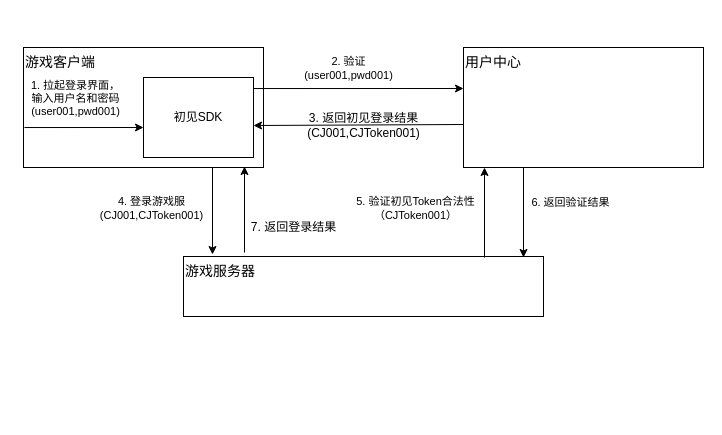
The draw.io diagram 登录流程.drawio in pangqiren/diagram, before the edit. Source tidied: cells renumbered, new cells numbered last; positions are measured from the earlier drawing's top-left corner, leaving out a move shared by most shapes. Both pictures are drawn from the tidied source at 100%, with x=0, y=0 at pixel (23, 47).
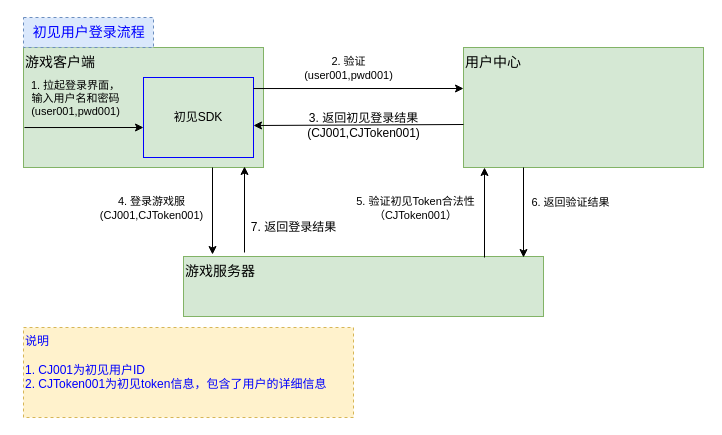
The same diagram, later.

What changed in the source:
```diff
@@
-    <mxCell id="2" value="&lt;font style=&quot;font-size: 14px&quot;&gt;游戏客户端&lt;/font&gt;" style="rounded=0;whiteSpace=wrap;html=1;align=left;verticalAlign=top;" parent="1" vertex="1">
+    <mxCell id="2" value="&lt;font style=&quot;font-size: 14px&quot;&gt;游戏客户端&lt;/font&gt;" style="rounded=0;whiteSpace=wrap;html=1;align=left;verticalAlign=top;fillColor=#d5e8d4;strokeColor=#82b366;" parent="1" vertex="1">
       <mxGeometry width="240" height="120" as="geometry" />
     </mxCell>
-    <mxCell id="3" value="初见SDK" style="rounded=0;whiteSpace=wrap;html=1;align=center;" parent="1" vertex="1">
+    <mxCell id="3" value="初见SDK" style="rounded=0;whiteSpace=wrap;html=1;align=center;fillColor=#d5e8d4;strokeColor=#0000FF;" parent="1" vertex="1">
       <mxGeometry x="120" y="30" width="110" height="80" as="geometry" />
     </mxCell>
-    <mxCell id="4" value="&lt;font style=&quot;font-size: 14px&quot;&gt;用户中心&lt;/font&gt;" style="rounded=0;whiteSpace=wrap;html=1;align=left;verticalAlign=top;" parent="1" vertex="1">
+    <mxCell id="4" value="&lt;font style=&quot;font-size: 14px&quot;&gt;用户中心&lt;/font&gt;" style="rounded=0;whiteSpace=wrap;html=1;align=left;verticalAlign=top;fillColor=#d5e8d4;strokeColor=#82b366;" parent="1" vertex="1">
       <mxGeometry x="440" width="240" height="120" as="geometry" />
     </mxCell>
-    <mxCell id="5" value="&lt;font style=&quot;font-size: 14px&quot;&gt;游戏服务器&lt;/font&gt;" style="rounded=0;whiteSpace=wrap;html=1;align=left;verticalAlign=top;" parent="1" vertex="1">
+    <mxCell id="5" value="&lt;font style=&quot;font-size: 14px&quot;&gt;游戏服务器&lt;/font&gt;" style="rounded=0;whiteSpace=wrap;html=1;align=left;verticalAlign=top;fillColor=#d5e8d4;strokeColor=#82b366;" parent="1" vertex="1">
       <mxGeometry x="160" y="209" width="360" height="60" as="geometry" />
     </mxCell>
@@
+    <mxCell id="20" value="&lt;font color=&quot;#0000ff&quot; style=&quot;font-size: 14px&quot;&gt;&amp;nbsp; 初见用户登录流程&lt;/font&gt;" style="rounded=0;whiteSpace=wrap;html=1;labelBackgroundColor=none;align=left;fillColor=#dae8fc;strokeColor=#6c8ebf;dashed=1;" parent="1" vertex="1">
+      <mxGeometry y="-30" width="130" height="30" as="geometry" />
+    </mxCell>
+    <mxCell id="21" value="&lt;font color=&quot;#0000ff&quot;&gt;说明&lt;br&gt;&lt;br&gt;1. CJ001为初见用户ID&lt;br&gt;2. CJToken001为初见token信息，包含了用户的详细信息&amp;nbsp;&lt;/font&gt;" style="rounded=0;whiteSpace=wrap;html=1;dashed=1;labelBackgroundColor=none;strokeColor=#d6b656;align=left;verticalAlign=top;fillColor=#fff2cc;" parent="1" vertex="1">
+      <mxGeometry y="280" width="330" height="90" as="geometry" />
+    </mxCell>
```
